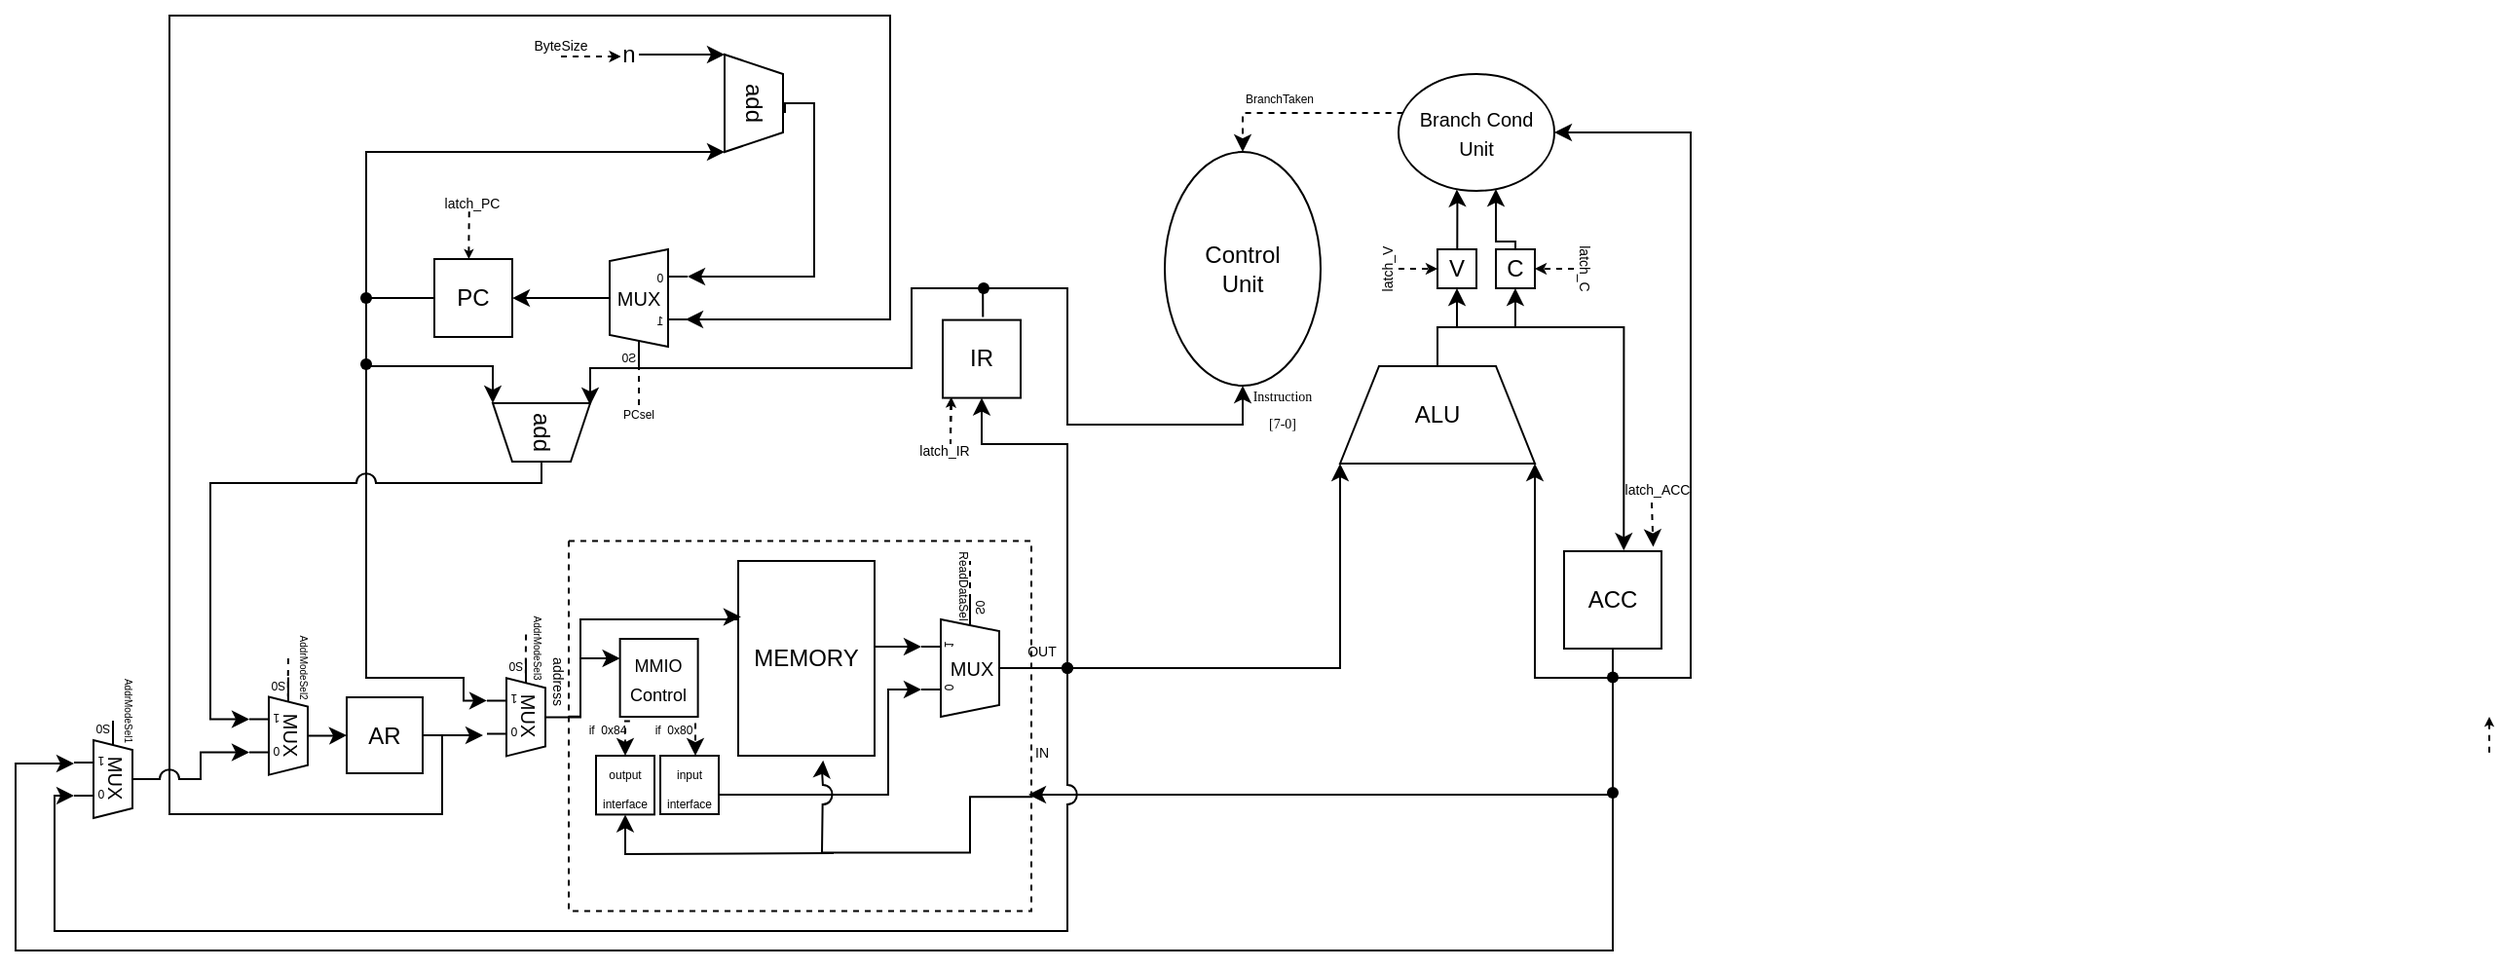
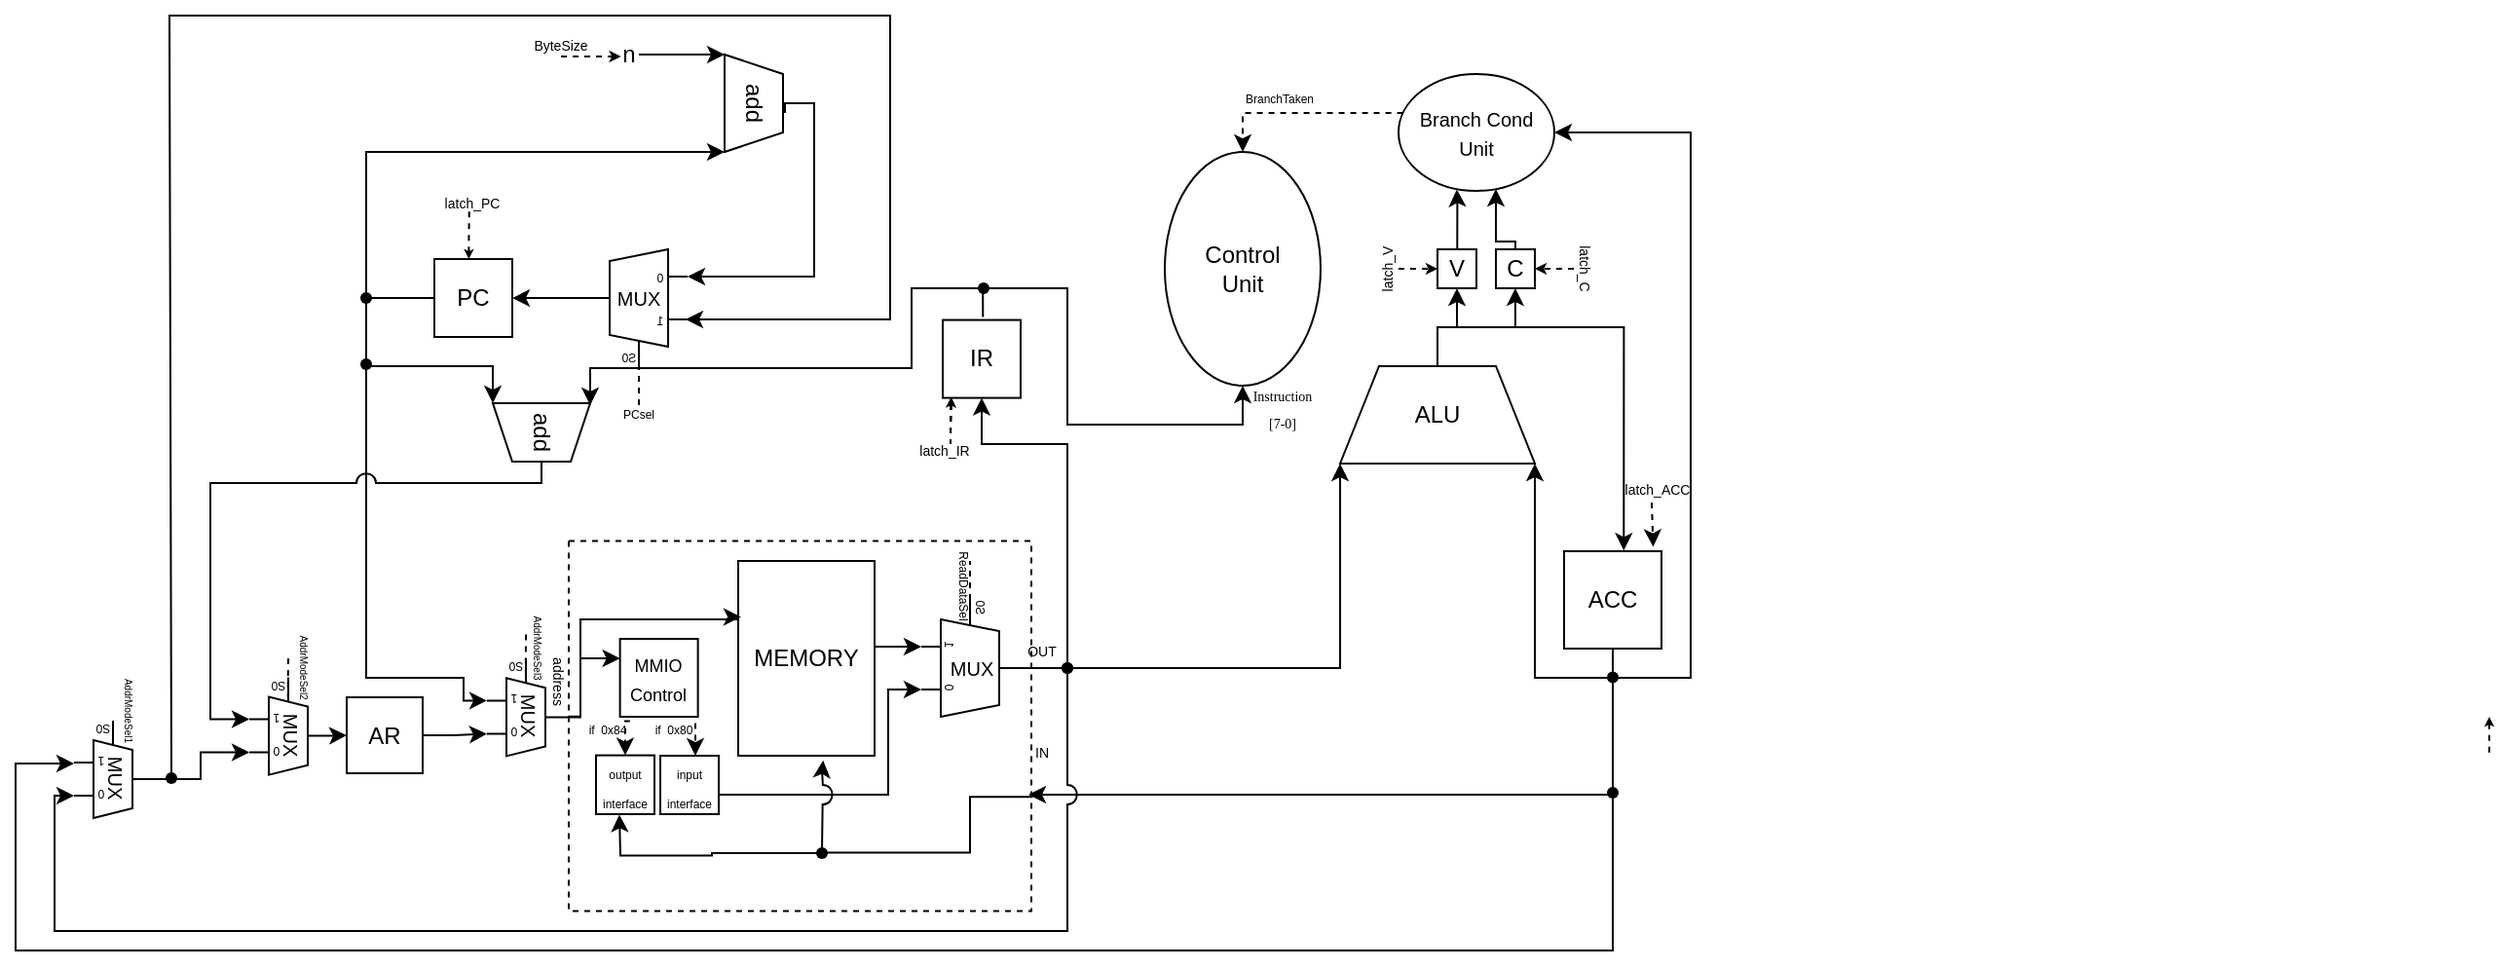
<mxfile host="app.diagrams.net" agent="Mozilla/5.0 (Macintosh; Intel Mac OS X 10_15_7) AppleWebKit/537.36 (KHTML, like Gecko) draw.io/25.0.2 Chrome/128.0.6613.186 Electron/32.2.5 Safari/537.36">
  <diagram name="Страница-1" id="wnhXKOde5BoeU5f0dWve">
-     <mxGraphModel dx="1842" dy="1799" grid="1" gridSize="10" guides="1" tooltips="1" connect="1" arrows="1" fold="1" page="1" pageScale="1" pageWidth="827" pageHeight="1169" background="none" math="0" shadow="0">
+     <mxGraphModel dx="2516" dy="1945" grid="1" gridSize="10" guides="1" tooltips="1" connect="1" arrows="1" fold="1" page="1" pageScale="1" pageWidth="827" pageHeight="1169" background="none" math="0" shadow="0">
      <root>
        <mxCell id="0" />
        <mxCell id="1" parent="0" />
        <mxCell id="9Q1OKLcLTWQE56mGNNbF-35" edge="1" parent="1" source="Zrb4oJ1i3deqvxkRRVgC-4" style="edgeStyle=orthogonalEdgeStyle;rounded=0;orthogonalLoop=1;jettySize=auto;html=1;exitX=0;exitY=0.5;exitDx=0;exitDy=0;entryX=1;entryY=0.51;entryDx=0;entryDy=3;entryPerimeter=0;jumpStyle=arc;jumpSize=10;labelBackgroundColor=none;fontColor=default;" target="cj5OOpuS2-VyntzI9FPn-35">
          <mxGeometry relative="1" as="geometry">
            <Array as="points">
              <mxPoint x="60" y="145" />
              <mxPoint x="60" y="340" />
              <mxPoint x="110" y="340" />
              <mxPoint x="110" y="352" />
            </Array>
            <mxPoint x="60" y="150" as="sourcePoint" />
            <mxPoint x="70" y="290" as="targetPoint" />
          </mxGeometry>
        </mxCell>
        <mxCell id="9Q1OKLcLTWQE56mGNNbF-38" edge="1" parent="1" style="edgeStyle=orthogonalEdgeStyle;rounded=0;orthogonalLoop=1;jettySize=auto;html=1;entryX=1;entryY=1;entryDx=0;entryDy=0;labelBackgroundColor=none;fontColor=default;" target="9Q1OKLcLTWQE56mGNNbF-37">
          <mxGeometry relative="1" as="geometry">
            <Array as="points">
              <mxPoint x="60" y="180" />
              <mxPoint x="125" y="180" />
            </Array>
            <mxPoint x="60" y="190" as="sourcePoint" />
            <mxPoint x="190" y="250" as="targetPoint" />
          </mxGeometry>
        </mxCell>
        <mxCell id="Zrb4oJ1i3deqvxkRRVgC-4" parent="1" style="whiteSpace=wrap;html=1;aspect=fixed;labelBackgroundColor=none;" value="PC" vertex="1">
          <mxGeometry height="40" width="40" x="95" y="125" as="geometry" />
        </mxCell>
        <mxCell id="Zrb4oJ1i3deqvxkRRVgC-16" edge="1" parent="1" source="Zrb4oJ1i3deqvxkRRVgC-11" style="edgeStyle=orthogonalEdgeStyle;rounded=0;orthogonalLoop=1;jettySize=auto;html=1;exitX=0.9;exitY=0.417;exitDx=0;exitDy=0;exitPerimeter=0;labelBackgroundColor=none;fontColor=default;" target="Zrb4oJ1i3deqvxkRRVgC-4" value="">
          <mxGeometry relative="1" as="geometry">
            <Array as="points" />
          </mxGeometry>
        </mxCell>
        <mxCell id="Zrb4oJ1i3deqvxkRRVgC-59" edge="1" parent="1" style="edgeStyle=orthogonalEdgeStyle;rounded=0;orthogonalLoop=1;jettySize=auto;html=1;entryX=1;entryY=1;entryDx=0;entryDy=0;endArrow=classic;endFill=1;startArrow=none;startFill=0;labelBackgroundColor=none;fontColor=default;" target="Zrb4oJ1i3deqvxkRRVgC-58">
          <mxGeometry relative="1" as="geometry">
            <Array as="points">
              <mxPoint x="60" y="70" />
            </Array>
            <mxPoint x="60" y="150" as="sourcePoint" />
            <mxPoint x="225" y="60" as="targetPoint" />
          </mxGeometry>
        </mxCell>
        <mxCell id="Zrb4oJ1i3deqvxkRRVgC-11" parent="1" style="shadow=0;dashed=0;align=center;html=1;strokeWidth=1;shape=mxgraph.electrical.abstract.mux2;whiteSpace=wrap;rotation=-180;verticalAlign=bottom;horizontal=1;direction=east;flipH=0;legacyAnchorPoints=0;flipV=1;labelBackgroundColor=none;strokeColor=default;" value="" vertex="1">
          <mxGeometry height="60" width="50" x="175" y="120" as="geometry" />
        </mxCell>
        <mxCell id="Zrb4oJ1i3deqvxkRRVgC-12" parent="1" style="text;html=1;whiteSpace=wrap;strokeColor=none;fillColor=none;align=center;verticalAlign=middle;rounded=0;labelBackgroundColor=none;" value="&lt;font style=&quot;font-size: 10px;&quot;&gt;MUX&lt;/font&gt;" vertex="1">
          <mxGeometry height="10" width="20" x="190" y="140" as="geometry" />
        </mxCell>
        <mxCell id="Zrb4oJ1i3deqvxkRRVgC-24" edge="1" parent="1" style="edgeStyle=orthogonalEdgeStyle;rounded=0;orthogonalLoop=1;jettySize=auto;html=1;exitX=1;exitY=0.5;exitDx=0;exitDy=0;labelBackgroundColor=none;fontColor=default;">
          <mxGeometry relative="1" as="geometry">
            <mxPoint x="312" y="304.79999999999995" as="sourcePoint" />
            <mxPoint x="312" y="304.6571428571429" as="targetPoint" />
          </mxGeometry>
        </mxCell>
        <mxCell id="Zrb4oJ1i3deqvxkRRVgC-39" edge="1" parent="1" source="Zrb4oJ1i3deqvxkRRVgC-40" style="endArrow=none;dashed=1;html=1;rounded=0;exitX=0.5;exitY=0;exitDx=0;exitDy=0;labelBackgroundColor=none;fontColor=default;" value="">
          <mxGeometry height="50" relative="1" width="50" as="geometry">
            <Array as="points">
              <mxPoint x="200" y="190" />
              <mxPoint x="200" y="180" />
            </Array>
            <mxPoint x="199.8" y="190" as="sourcePoint" />
            <mxPoint x="200" y="170" as="targetPoint" />
          </mxGeometry>
        </mxCell>
        <mxCell id="Zrb4oJ1i3deqvxkRRVgC-40" parent="1" style="text;html=1;whiteSpace=wrap;strokeColor=none;fillColor=none;align=center;verticalAlign=middle;rounded=0;fontSize=7;labelBackgroundColor=none;" value="&lt;font style=&quot;font-size: 6px;&quot;&gt;PCsel&lt;/font&gt;" vertex="1">
          <mxGeometry height="10" width="20" x="190" y="200" as="geometry" />
        </mxCell>
        <mxCell id="Zrb4oJ1i3deqvxkRRVgC-62" edge="1" parent="1" style="edgeStyle=orthogonalEdgeStyle;rounded=0;orthogonalLoop=1;jettySize=auto;html=1;exitX=0.5;exitY=0;exitDx=0;exitDy=0;entryX=0;entryY=0.18333333333333332;entryDx=0;entryDy=3;entryPerimeter=0;labelBackgroundColor=none;fontColor=default;" target="Zrb4oJ1i3deqvxkRRVgC-11">
          <mxGeometry relative="1" as="geometry">
            <Array as="points">
              <mxPoint x="275" y="45" />
              <mxPoint x="290" y="45" />
              <mxPoint x="290" y="134" />
            </Array>
            <mxPoint x="275" y="50" as="sourcePoint" />
            <mxPoint x="270" y="120" as="targetPoint" />
          </mxGeometry>
        </mxCell>
        <mxCell id="Zrb4oJ1i3deqvxkRRVgC-58" parent="1" style="shape=trapezoid;perimeter=trapezoidPerimeter;whiteSpace=wrap;html=1;fixedSize=1;size=10;rotation=90;labelBackgroundColor=none;" value="add" vertex="1">
          <mxGeometry height="30" width="50" x="234" y="30" as="geometry" />
        </mxCell>
        <mxCell id="Zrb4oJ1i3deqvxkRRVgC-60" edge="1" parent="1" style="endArrow=classic;html=1;rounded=0;entryX=0;entryY=1;entryDx=0;entryDy=0;labelBackgroundColor=none;fontColor=default;" target="Zrb4oJ1i3deqvxkRRVgC-58" value="">
          <mxGeometry height="50" relative="1" width="50" as="geometry">
            <Array as="points">
              <mxPoint x="200" y="20" />
            </Array>
            <mxPoint x="200" y="20" as="sourcePoint" />
            <mxPoint x="230" y="10" as="targetPoint" />
          </mxGeometry>
        </mxCell>
        <mxCell id="Zrb4oJ1i3deqvxkRRVgC-61" parent="1" style="text;html=1;whiteSpace=wrap;strokeColor=none;fillColor=none;align=center;verticalAlign=middle;rounded=0;labelBackgroundColor=none;" value="n" vertex="1">
          <mxGeometry height="40" width="60" x="165" as="geometry" />
        </mxCell>
        <mxCell id="B8aBM6o7f-xcJNjSunZ--6" edge="1" parent="1" style="edgeStyle=orthogonalEdgeStyle;rounded=0;orthogonalLoop=1;jettySize=auto;html=1;exitX=0.591;exitY=-0.037;exitDx=0;exitDy=0;exitPerimeter=0;entryX=0;entryY=0.5;entryDx=0;entryDy=0;labelBackgroundColor=none;fontColor=default;" target="B8aBM6o7f-xcJNjSunZ--4">
          <mxGeometry relative="1" as="geometry">
            <Array as="points">
              <mxPoint x="377" y="140" />
              <mxPoint x="420" y="140" />
              <mxPoint x="420" y="210" />
              <mxPoint x="510" y="210" />
            </Array>
            <mxPoint x="376.64" y="154.80999999999972" as="sourcePoint" />
            <mxPoint x="507" y="220" as="targetPoint" />
          </mxGeometry>
        </mxCell>
        <mxCell id="B8aBM6o7f-xcJNjSunZ--7" connectable="0" parent="B8aBM6o7f-xcJNjSunZ--6" style="edgeLabel;html=1;align=center;verticalAlign=middle;resizable=0;points=[];labelBackgroundColor=none;" value="&lt;span style=&quot;font-family: &amp;quot;Times New Roman&amp;quot;; text-align: start; white-space: normal;&quot;&gt;&lt;font style=&quot;font-size: 7px;&quot;&gt;Instruction [7-0]&lt;/font&gt;&lt;/span&gt;" vertex="1">
          <mxGeometry relative="1" x="0.912" y="2" as="geometry">
            <mxPoint x="22" as="offset" />
          </mxGeometry>
        </mxCell>
        <mxCell id="Zrb4oJ1i3deqvxkRRVgC-74" parent="1" style="whiteSpace=wrap;html=1;aspect=fixed;labelBackgroundColor=none;" value="IR" vertex="1">
          <mxGeometry height="40" width="40" x="356" y="156.29000000000002" as="geometry" />
        </mxCell>
        <mxCell id="9Q1OKLcLTWQE56mGNNbF-39" edge="1" parent="1" style="edgeStyle=orthogonalEdgeStyle;rounded=0;orthogonalLoop=1;jettySize=auto;html=1;entryX=0;entryY=1;entryDx=0;entryDy=0;labelBackgroundColor=none;fontColor=default;">
          <mxGeometry relative="1" as="geometry">
            <Array as="points">
              <mxPoint x="340" y="140" />
              <mxPoint x="340" y="181" />
              <mxPoint x="175" y="181" />
            </Array>
            <mxPoint x="390" y="140" as="sourcePoint" />
            <mxPoint x="174.99999999999994" y="200" as="targetPoint" />
          </mxGeometry>
        </mxCell>
        <mxCell id="cj5OOpuS2-VyntzI9FPn-26" edge="1" parent="1" style="jumpStyle=arc;jumpSize=10;edgeStyle=orthogonalEdgeStyle;rounded=0;orthogonalLoop=1;jettySize=auto;html=1;entryX=0;entryY=0.5499999999999999;entryDx=0;entryDy=3;entryPerimeter=0;labelBackgroundColor=none;fontColor=default;">
          <mxGeometry relative="1" as="geometry">
            <Array as="points">
-               <mxPoint x="99" y="410" />
-               <mxPoint x="-41" y="410" />
              <mxPoint x="-41" />
              <mxPoint x="329" />
              <mxPoint x="329" y="156" />
            </Array>
-             <mxPoint x="99" y="370" as="sourcePoint" />
+             <mxPoint x="-40" y="390" as="sourcePoint" />
            <mxPoint x="224" y="156" as="targetPoint" />
          </mxGeometry>
        </mxCell>
        <mxCell id="Zrb4oJ1i3deqvxkRRVgC-80" parent="1" style="whiteSpace=wrap;html=1;aspect=fixed;labelBackgroundColor=none;" value="AR" vertex="1">
          <mxGeometry height="39" width="39" x="50" y="350" as="geometry" />
        </mxCell>
        <mxCell id="Zrb4oJ1i3deqvxkRRVgC-137" edge="1" parent="1" style="edgeStyle=orthogonalEdgeStyle;rounded=0;orthogonalLoop=1;jettySize=auto;html=1;entryX=0;entryY=1;entryDx=0;entryDy=0;labelBackgroundColor=none;fontColor=default;" target="Zrb4oJ1i3deqvxkRRVgC-131">
          <mxGeometry relative="1" as="geometry">
            <Array as="points">
              <mxPoint x="420" y="335" />
              <mxPoint x="560" y="335" />
            </Array>
            <mxPoint x="420" y="330" as="sourcePoint" />
            <mxPoint x="568.5" y="295" as="targetPoint" />
          </mxGeometry>
        </mxCell>
        <mxCell id="Zrb4oJ1i3deqvxkRRVgC-91" edge="1" parent="1" style="endArrow=none;html=1;rounded=0;entryX=1;entryY=1;entryDx=0;entryDy=0;exitX=0;exitY=1;exitDx=0;exitDy=0;labelBackgroundColor=none;fontColor=default;" value="">
          <mxGeometry height="50" relative="1" width="50" as="geometry">
            <Array as="points">
              <mxPoint x="288" y="379.8" />
            </Array>
            <mxPoint x="253" y="379.8" as="sourcePoint" />
            <mxPoint x="313" y="379.8" as="targetPoint" />
          </mxGeometry>
        </mxCell>
        <mxCell id="Zrb4oJ1i3deqvxkRRVgC-103" edge="1" parent="1" source="Zrb4oJ1i3deqvxkRRVgC-100" style="edgeStyle=orthogonalEdgeStyle;rounded=0;orthogonalLoop=1;jettySize=auto;html=1;dashed=1;entryX=0.5;entryY=0;entryDx=0;entryDy=0;exitX=0.128;exitY=1.056;exitDx=0;exitDy=0;exitPerimeter=0;labelBackgroundColor=none;fontColor=default;" target="Zrb4oJ1i3deqvxkRRVgC-102" value="">
          <mxGeometry relative="1" as="geometry">
            <Array as="points" />
            <mxPoint x="149" y="410" as="sourcePoint" />
            <mxPoint x="149" y="470" as="targetPoint" />
          </mxGeometry>
        </mxCell>
        <mxCell id="Zrb4oJ1i3deqvxkRRVgC-104" edge="1" parent="1" source="Zrb4oJ1i3deqvxkRRVgC-100" style="edgeStyle=orthogonalEdgeStyle;rounded=0;orthogonalLoop=1;jettySize=auto;html=1;dashed=1;exitX=0.75;exitY=1;exitDx=0;exitDy=0;labelBackgroundColor=none;fontColor=default;" value="">
          <mxGeometry relative="1" as="geometry">
            <Array as="points" />
            <mxPoint x="209.01" y="420" as="sourcePoint" />
            <mxPoint x="229" y="380" as="targetPoint" />
          </mxGeometry>
        </mxCell>
        <mxCell id="Zrb4oJ1i3deqvxkRRVgC-100" parent="1" style="whiteSpace=wrap;html=1;labelBackgroundColor=none;" value="&lt;font style=&quot;font-size: 9px;&quot;&gt;MMIO&lt;/font&gt;&lt;div&gt;&lt;font style=&quot;font-size: 9px;&quot;&gt;Control&lt;/font&gt;&lt;/div&gt;" vertex="1">
          <mxGeometry height="40" width="40" x="190.31" y="320" as="geometry" />
        </mxCell>
        <mxCell id="Zrb4oJ1i3deqvxkRRVgC-109" parent="1" style="text;html=1;whiteSpace=wrap;strokeColor=none;fillColor=none;align=center;verticalAlign=middle;rounded=0;labelBackgroundColor=none;" value="&lt;font style=&quot;font-size: 6px;&quot;&gt;if&amp;nbsp; 0x80&lt;/font&gt;" vertex="1">
          <mxGeometry height="30" width="60" x="187.5" y="349.8" as="geometry" />
        </mxCell>
        <mxCell id="Zrb4oJ1i3deqvxkRRVgC-112" parent="1" style="text;html=1;whiteSpace=wrap;strokeColor=none;fillColor=none;align=center;verticalAlign=middle;rounded=0;labelBackgroundColor=none;" value="&lt;font style=&quot;font-size: 6px;&quot;&gt;if&amp;nbsp; 0x84&lt;/font&gt;" vertex="1">
          <mxGeometry height="30" width="60" x="154" y="349.8" as="geometry" />
        </mxCell>
        <mxCell id="Zrb4oJ1i3deqvxkRRVgC-114" parent="1" style="shadow=0;dashed=0;align=center;html=1;strokeWidth=1;shape=mxgraph.electrical.abstract.mux2;whiteSpace=wrap;rotation=-90;verticalAlign=bottom;horizontal=1;direction=north;flipH=0;legacyAnchorPoints=0;flipV=1;labelBackgroundColor=none;" value="" vertex="1">
          <mxGeometry height="50" width="60" x="340" y="305" as="geometry" />
        </mxCell>
        <mxCell id="Zrb4oJ1i3deqvxkRRVgC-115" edge="1" parent="1" source="Zrb4oJ1i3deqvxkRRVgC-107" style="jumpStyle=arc;jumpSize=10;edgeStyle=orthogonalEdgeStyle;rounded=0;orthogonalLoop=1;jettySize=auto;html=1;entryX=0;entryY=0.18333333333333332;entryDx=0;entryDy=3;entryPerimeter=0;exitX=1;exitY=0.5;exitDx=0;exitDy=0;labelBackgroundColor=none;fontColor=default;" target="Zrb4oJ1i3deqvxkRRVgC-114">
          <mxGeometry relative="1" as="geometry">
            <Array as="points">
              <mxPoint x="241" y="400" />
              <mxPoint x="328" y="400" />
              <mxPoint x="328" y="346" />
            </Array>
            <mxPoint x="208" y="412" as="sourcePoint" />
            <mxPoint x="343" y="345" as="targetPoint" />
          </mxGeometry>
        </mxCell>
        <mxCell id="Zrb4oJ1i3deqvxkRRVgC-119" edge="1" parent="1" style="endArrow=classic;html=1;rounded=0;entryX=0;entryY=0.5499999999999999;entryDx=0;entryDy=3;entryPerimeter=0;edgeStyle=orthogonalEdgeStyle;labelBackgroundColor=none;fontColor=default;" target="Zrb4oJ1i3deqvxkRRVgC-114" value="">
          <mxGeometry height="50" relative="1" width="50" as="geometry">
            <Array as="points">
              <mxPoint x="317" y="324" />
            </Array>
            <mxPoint x="317" y="324" as="sourcePoint" />
            <mxPoint x="372.83" y="287" as="targetPoint" />
          </mxGeometry>
        </mxCell>
        <mxCell id="Zrb4oJ1i3deqvxkRRVgC-122" edge="1" parent="1" source="Zrb4oJ1i3deqvxkRRVgC-114" style="endArrow=none;dashed=1;html=1;rounded=0;exitX=0.3;exitY=1;exitDx=10;exitDy=0;exitPerimeter=0;labelBackgroundColor=none;fontColor=default;" value="">
          <mxGeometry height="50" relative="1" width="50" as="geometry">
            <Array as="points" />
            <mxPoint x="376" y="307.31" as="sourcePoint" />
            <mxPoint x="370" y="280" as="targetPoint" />
          </mxGeometry>
        </mxCell>
        <mxCell id="Zrb4oJ1i3deqvxkRRVgC-129" parent="1" style="text;html=1;whiteSpace=wrap;strokeColor=none;fillColor=none;align=center;verticalAlign=middle;rounded=0;labelBackgroundColor=none;" value="&lt;font style=&quot;font-size: 10px;&quot;&gt;MUX&lt;/font&gt;" vertex="1">
          <mxGeometry height="10" width="20" x="361" y="330" as="geometry" />
        </mxCell>
        <mxCell id="Zrb4oJ1i3deqvxkRRVgC-144" edge="1" parent="1" source="Zrb4oJ1i3deqvxkRRVgC-131" style="edgeStyle=orthogonalEdgeStyle;rounded=0;orthogonalLoop=1;jettySize=auto;html=1;exitX=0.5;exitY=0;exitDx=0;exitDy=0;entryX=0.613;entryY=-0.007;entryDx=0;entryDy=0;entryPerimeter=0;labelBackgroundColor=none;fontColor=default;" target="Zrb4oJ1i3deqvxkRRVgC-132">
          <mxGeometry relative="1" as="geometry">
            <Array as="points">
              <mxPoint x="610" y="160" />
              <mxPoint x="706" y="160" />
            </Array>
            <mxPoint x="700" y="260" as="targetPoint" />
          </mxGeometry>
        </mxCell>
        <mxCell id="Zrb4oJ1i3deqvxkRRVgC-131" parent="1" style="shape=trapezoid;perimeter=trapezoidPerimeter;whiteSpace=wrap;html=1;fixedSize=1;labelBackgroundColor=none;" value="ALU" vertex="1">
          <mxGeometry height="50" width="100" x="560" y="180" as="geometry" />
        </mxCell>
        <mxCell id="Zrb4oJ1i3deqvxkRRVgC-133" edge="1" parent="1" style="edgeStyle=orthogonalEdgeStyle;rounded=0;orthogonalLoop=1;jettySize=auto;html=1;entryX=1;entryY=1;entryDx=0;entryDy=0;labelBackgroundColor=none;fontColor=default;" target="Zrb4oJ1i3deqvxkRRVgC-131">
          <mxGeometry relative="1" as="geometry">
            <Array as="points">
              <mxPoint x="700" y="340" />
              <mxPoint x="660" y="340" />
            </Array>
            <mxPoint x="700" y="360" as="sourcePoint" />
            <mxPoint x="665" y="230" as="targetPoint" />
          </mxGeometry>
        </mxCell>
        <mxCell id="9Q1OKLcLTWQE56mGNNbF-1" edge="1" parent="1" style="rounded=0;orthogonalLoop=1;jettySize=auto;html=1;edgeStyle=orthogonalEdgeStyle;labelBackgroundColor=none;fontColor=default;">
          <mxGeometry relative="1" as="geometry">
            <Array as="points">
              <mxPoint x="740" y="340" />
              <mxPoint x="740" y="60" />
            </Array>
            <mxPoint x="700" y="340" as="sourcePoint" />
            <mxPoint x="670" y="60" as="targetPoint" />
          </mxGeometry>
        </mxCell>
        <mxCell id="9Q1OKLcLTWQE56mGNNbF-31" edge="1" parent="1" source="Zrb4oJ1i3deqvxkRRVgC-132" style="edgeStyle=orthogonalEdgeStyle;rounded=0;orthogonalLoop=1;jettySize=auto;html=1;exitX=0.5;exitY=1;exitDx=0;exitDy=0;entryX=1;entryY=0.51;entryDx=0;entryDy=3;entryPerimeter=0;labelBackgroundColor=none;fontColor=default;" target="cj5OOpuS2-VyntzI9FPn-41">
          <mxGeometry relative="1" as="geometry">
            <Array as="points">
              <mxPoint x="700" y="480" />
              <mxPoint x="-120" y="480" />
              <mxPoint x="-120" y="384" />
              <mxPoint x="-90" y="384" />
            </Array>
            <mxPoint x="-90" y="380" as="targetPoint" />
          </mxGeometry>
        </mxCell>
        <mxCell id="Zrb4oJ1i3deqvxkRRVgC-132" parent="1" style="rounded=0;whiteSpace=wrap;html=1;labelBackgroundColor=none;" value="ACC" vertex="1">
          <mxGeometry height="50" width="50" x="675" y="275" as="geometry" />
        </mxCell>
        <mxCell id="Zrb4oJ1i3deqvxkRRVgC-147" parent="1" style="rounded=0;whiteSpace=wrap;html=1;labelBackgroundColor=none;" value="V" vertex="1">
          <mxGeometry height="20" width="20" x="610" y="120" as="geometry" />
        </mxCell>
        <mxCell id="Zrb4oJ1i3deqvxkRRVgC-148" parent="1" style="whiteSpace=wrap;html=1;labelBackgroundColor=none;" value="C" vertex="1">
          <mxGeometry height="20" width="20" x="640" y="120" as="geometry" />
        </mxCell>
        <mxCell id="Zrb4oJ1i3deqvxkRRVgC-151" edge="1" parent="1" style="endArrow=classic;html=1;rounded=0;entryX=0.5;entryY=1;entryDx=0;entryDy=0;labelBackgroundColor=none;fontColor=default;" target="Zrb4oJ1i3deqvxkRRVgC-147" value="">
          <mxGeometry height="50" relative="1" width="50" as="geometry">
            <mxPoint x="620" y="160" as="sourcePoint" />
            <mxPoint x="619.89" y="145" as="targetPoint" />
          </mxGeometry>
        </mxCell>
        <mxCell id="Zrb4oJ1i3deqvxkRRVgC-152" edge="1" parent="1" style="endArrow=classic;html=1;rounded=0;entryX=0.5;entryY=1;entryDx=0;entryDy=0;labelBackgroundColor=none;fontColor=default;" value="">
          <mxGeometry height="50" relative="1" width="50" as="geometry">
            <mxPoint x="649.96" y="160" as="sourcePoint" />
            <mxPoint x="649.96" y="140" as="targetPoint" />
          </mxGeometry>
        </mxCell>
        <mxCell id="B8aBM6o7f-xcJNjSunZ--4" parent="1" style="ellipse;whiteSpace=wrap;html=1;rotation=-90;labelBackgroundColor=none;" value="" vertex="1">
          <mxGeometry height="80" width="120" x="450" y="90" as="geometry" />
        </mxCell>
        <mxCell id="B8aBM6o7f-xcJNjSunZ--8" edge="1" parent="1" style="edgeStyle=orthogonalEdgeStyle;rounded=0;orthogonalLoop=1;jettySize=auto;html=1;entryX=0.374;entryY=0.987;entryDx=0;entryDy=0;entryPerimeter=0;labelBackgroundColor=none;fontColor=default;" target="9Q1OKLcLTWQE56mGNNbF-2">
          <mxGeometry relative="1" as="geometry">
            <Array as="points">
              <mxPoint x="620" y="97" />
              <mxPoint x="620" y="97" />
            </Array>
            <mxPoint x="620.15" y="120" as="sourcePoint" />
            <mxPoint x="619.85" y="90" as="targetPoint" />
          </mxGeometry>
        </mxCell>
        <mxCell id="B8aBM6o7f-xcJNjSunZ--9" edge="1" parent="1" source="Zrb4oJ1i3deqvxkRRVgC-148" style="edgeStyle=orthogonalEdgeStyle;rounded=0;orthogonalLoop=1;jettySize=auto;html=1;exitX=0.5;exitY=0;exitDx=0;exitDy=0;labelBackgroundColor=none;fontColor=default;" target="9Q1OKLcLTWQE56mGNNbF-2">
          <mxGeometry relative="1" as="geometry">
            <Array as="points">
              <mxPoint x="650" y="116" />
              <mxPoint x="640" y="116" />
            </Array>
            <mxPoint x="530" y="110" as="targetPoint" />
          </mxGeometry>
        </mxCell>
        <mxCell id="9Q1OKLcLTWQE56mGNNbF-4" edge="1" parent="1" source="9Q1OKLcLTWQE56mGNNbF-2" style="edgeStyle=orthogonalEdgeStyle;rounded=0;orthogonalLoop=1;jettySize=auto;html=1;dashed=1;entryX=1;entryY=0.5;entryDx=0;entryDy=0;labelBackgroundColor=none;fontColor=default;" target="B8aBM6o7f-xcJNjSunZ--4">
          <mxGeometry relative="1" as="geometry">
            <Array as="points">
              <mxPoint x="510" y="50" />
            </Array>
            <mxPoint x="510" y="60" as="targetPoint" />
          </mxGeometry>
        </mxCell>
        <mxCell id="9Q1OKLcLTWQE56mGNNbF-2" parent="1" style="ellipse;whiteSpace=wrap;html=1;labelBackgroundColor=none;" value="&lt;font style=&quot;font-size: 10px;&quot;&gt;Branch Cond Unit&lt;/font&gt;" vertex="1">
          <mxGeometry height="60" width="80" x="590" y="30" as="geometry" />
        </mxCell>
        <mxCell id="9Q1OKLcLTWQE56mGNNbF-3" parent="1" style="text;html=1;whiteSpace=wrap;strokeColor=none;fillColor=none;align=center;verticalAlign=middle;rounded=0;labelBackgroundColor=none;" value="Control Unit" vertex="1">
          <mxGeometry height="30" width="60" x="480" y="115" as="geometry" />
        </mxCell>
        <mxCell id="9Q1OKLcLTWQE56mGNNbF-13" edge="1" parent="1" style="endArrow=none;dashed=1;html=1;rounded=0;startArrow=classic;startFill=1;strokeWidth=1;startSize=2;labelBackgroundColor=none;fontColor=default;" value="">
          <mxGeometry height="50" relative="1" width="50" as="geometry">
            <Array as="points">
              <mxPoint x="1150" y="380" />
            </Array>
            <mxPoint x="1150" y="360" as="sourcePoint" />
            <mxPoint x="1150" y="380" as="targetPoint" />
          </mxGeometry>
        </mxCell>
        <mxCell id="9Q1OKLcLTWQE56mGNNbF-14" parent="1" style="text;html=1;whiteSpace=wrap;strokeColor=none;fillColor=none;align=center;verticalAlign=middle;rounded=0;labelBackgroundColor=none;" value="&lt;font style=&quot;font-size: 7px;&quot;&gt;latch_AСС&lt;/font&gt;&lt;div&gt;&lt;font style=&quot;font-size: 6px;&quot;&gt;&lt;br&gt;&lt;/font&gt;&lt;/div&gt;" vertex="1">
          <mxGeometry height="20" width="60" x="693" y="239.01000000000002" as="geometry" />
        </mxCell>
        <mxCell id="9Q1OKLcLTWQE56mGNNbF-21" parent="1" style="text;html=1;whiteSpace=wrap;strokeColor=none;fillColor=none;align=center;verticalAlign=middle;rounded=0;rotation=-90;labelBackgroundColor=none;" value="&lt;font style=&quot;font-size: 7px;&quot;&gt;latch_V&lt;/font&gt;&lt;div&gt;&lt;font style=&quot;font-size: 6px;&quot;&gt;&lt;br&gt;&lt;/font&gt;&lt;/div&gt;" vertex="1">
          <mxGeometry height="20" width="60" x="560" y="120" as="geometry" />
        </mxCell>
        <mxCell id="9Q1OKLcLTWQE56mGNNbF-24" edge="1" parent="1" style="edgeStyle=none;orthogonalLoop=1;jettySize=auto;html=1;rounded=0;dashed=1;strokeWidth=1;endSize=3;startSize=5;labelBackgroundColor=none;fontColor=default;" value="">
          <mxGeometry relative="1" width="100" as="geometry">
            <Array as="points" />
            <mxPoint x="590" y="130" as="sourcePoint" />
            <mxPoint x="610" y="130" as="targetPoint" />
          </mxGeometry>
        </mxCell>
        <mxCell id="9Q1OKLcLTWQE56mGNNbF-25" parent="1" style="text;html=1;whiteSpace=wrap;strokeColor=none;fillColor=none;align=center;verticalAlign=middle;rounded=0;rotation=90;labelBackgroundColor=none;" value="&lt;font style=&quot;font-size: 7px;&quot;&gt;latch_C&lt;/font&gt;&lt;div&gt;&lt;font style=&quot;font-size: 6px;&quot;&gt;&lt;br&gt;&lt;/font&gt;&lt;/div&gt;" vertex="1">
          <mxGeometry height="20" width="60" x="650" y="120" as="geometry" />
        </mxCell>
        <mxCell id="9Q1OKLcLTWQE56mGNNbF-26" edge="1" parent="1" style="edgeStyle=none;orthogonalLoop=1;jettySize=auto;html=1;rounded=0;dashed=1;strokeWidth=1;endSize=3;startSize=5;labelBackgroundColor=none;fontColor=default;" value="">
          <mxGeometry relative="1" width="100" as="geometry">
            <Array as="points" />
            <mxPoint x="680" y="129.95" as="sourcePoint" />
            <mxPoint x="660" y="129.95" as="targetPoint" />
          </mxGeometry>
        </mxCell>
        <mxCell id="9Q1OKLcLTWQE56mGNNbF-40" edge="1" parent="1" source="9Q1OKLcLTWQE56mGNNbF-37" style="edgeStyle=orthogonalEdgeStyle;rounded=0;orthogonalLoop=1;jettySize=auto;html=1;exitX=0.5;exitY=0;exitDx=0;exitDy=0;entryX=1;entryY=0.51;entryDx=0;entryDy=3;entryPerimeter=0;jumpStyle=arc;jumpSize=10;labelBackgroundColor=none;fontColor=default;" target="9Q1OKLcLTWQE56mGNNbF-42">
          <mxGeometry relative="1" as="geometry">
            <Array as="points">
              <mxPoint x="150" y="240" />
              <mxPoint x="-20" y="240" />
              <mxPoint x="-20" y="361" />
            </Array>
            <mxPoint x="158" y="226.3" as="sourcePoint" />
            <mxPoint x="140" y="300" as="targetPoint" />
          </mxGeometry>
        </mxCell>
        <mxCell id="9Q1OKLcLTWQE56mGNNbF-37" parent="1" style="shape=trapezoid;perimeter=trapezoidPerimeter;whiteSpace=wrap;html=1;fixedSize=1;size=10;rotation=90;direction=south;labelBackgroundColor=none;" value="add" vertex="1">
          <mxGeometry height="50" width="30" x="135" y="189.01" as="geometry" />
        </mxCell>
        <mxCell id="9Q1OKLcLTWQE56mGNNbF-42" parent="1" style="shadow=0;dashed=0;align=center;html=1;strokeWidth=1;shape=mxgraph.electrical.abstract.mux2;operation=demux;whiteSpace=wrap;rotation=-180;labelBackgroundColor=none;" value="" vertex="1">
          <mxGeometry height="50" width="40" y="339.8" as="geometry" />
        </mxCell>
        <mxCell id="9Q1OKLcLTWQE56mGNNbF-61" edge="1" parent="1" source="Zrb4oJ1i3deqvxkRRVgC-114" style="edgeStyle=orthogonalEdgeStyle;rounded=0;orthogonalLoop=1;jettySize=auto;html=1;entryX=0.5;entryY=1;entryDx=0;entryDy=0;exitX=0.974;exitY=0.416;exitDx=0;exitDy=0;exitPerimeter=0;labelBackgroundColor=none;fontColor=default;" target="Zrb4oJ1i3deqvxkRRVgC-74">
          <mxGeometry relative="1" as="geometry">
            <Array as="points">
              <mxPoint x="420" y="335" />
              <mxPoint x="420" y="220" />
              <mxPoint x="376" y="220" />
            </Array>
            <mxPoint x="420" y="267" as="sourcePoint" />
            <mxPoint x="420" y="120" as="targetPoint" />
          </mxGeometry>
        </mxCell>
        <mxCell id="9Q1OKLcLTWQE56mGNNbF-75" parent="1" style="text;html=1;whiteSpace=wrap;strokeColor=none;fillColor=none;align=center;verticalAlign=middle;rounded=0;rotation=90;labelBackgroundColor=none;" value="&lt;font style=&quot;font-size: 10px;&quot;&gt;MUX&lt;/font&gt;" vertex="1">
          <mxGeometry height="5" width="20" x="12" y="367" as="geometry" />
        </mxCell>
        <mxCell id="9Q1OKLcLTWQE56mGNNbF-78" parent="1" style="text;html=1;whiteSpace=wrap;strokeColor=none;fillColor=none;align=center;verticalAlign=middle;rounded=0;rotation=90;labelBackgroundColor=none;" value="&lt;font style=&quot;font-size: 5px;&quot;&gt;AddrModeSel2&lt;/font&gt;" vertex="1">
          <mxGeometry height="30" width="60" y="319.8" as="geometry" />
        </mxCell>
        <mxCell id="2uwPWOG2mdYP9d5gWFO6-3" parent="1" style="text;html=1;whiteSpace=wrap;strokeColor=none;fillColor=none;align=center;verticalAlign=middle;rounded=0;labelBackgroundColor=none;" value="&lt;font style=&quot;font-size: 6px;&quot;&gt;BranchTaken&lt;/font&gt;" vertex="1">
          <mxGeometry height="30" width="60" x="499" y="26" as="geometry" />
        </mxCell>
        <mxCell id="2uwPWOG2mdYP9d5gWFO6-5" edge="1" parent="1" style="edgeStyle=orthogonalEdgeStyle;rounded=0;orthogonalLoop=1;jettySize=auto;html=1;dashed=1;endSize=3;labelBackgroundColor=none;fontColor=default;">
          <mxGeometry relative="1" as="geometry">
            <mxPoint x="160" y="21" as="sourcePoint" />
            <mxPoint x="190.75" y="20.93" as="targetPoint" />
          </mxGeometry>
        </mxCell>
        <mxCell id="2uwPWOG2mdYP9d5gWFO6-4" parent="1" style="text;html=1;whiteSpace=wrap;strokeColor=none;fillColor=none;align=center;verticalAlign=middle;rounded=0;labelBackgroundColor=none;" value="&lt;font style=&quot;font-size: 7px;&quot;&gt;ByteSize&lt;/font&gt;" vertex="1">
          <mxGeometry height="30" width="58" x="130.5" y="-1" as="geometry" />
        </mxCell>
        <mxCell id="cj5OOpuS2-VyntzI9FPn-21" parent="1" style="swimlane;startSize=0;dashed=1;labelBackgroundColor=none;movable=1;resizable=1;rotatable=1;deletable=1;editable=1;locked=0;connectable=1;" value="" vertex="1">
          <mxGeometry height="190" width="237.5" x="164" y="269.8" as="geometry">
            <mxRectangle height="160" width="240" x="162" y="260" as="alternateBounds" />
          </mxGeometry>
        </mxCell>
        <mxCell id="Zrb4oJ1i3deqvxkRRVgC-123" parent="cj5OOpuS2-VyntzI9FPn-21" style="text;html=1;whiteSpace=wrap;strokeColor=none;fillColor=none;align=center;verticalAlign=middle;rounded=0;rotation=90;labelBackgroundColor=none;" value="&lt;font style=&quot;font-size: 6px;&quot;&gt;ReadDataSel&lt;/font&gt;" vertex="1">
          <mxGeometry height="30" width="65" x="172.5" y="7.7" as="geometry" />
        </mxCell>
        <mxCell id="TWa22grkdg0eiYp21B7I-8" edge="1" parent="cj5OOpuS2-VyntzI9FPn-21" source="cj5OOpuS2-VyntzI9FPn-21" style="jumpStyle=arc;jumpSize=10;edgeStyle=orthogonalEdgeStyle;orthogonalLoop=1;jettySize=auto;html=1;rounded=0;entryX=0.623;entryY=1.024;entryDx=0;entryDy=0;entryPerimeter=0;exitX=1.003;exitY=0.691;exitDx=0;exitDy=0;exitPerimeter=0;" target="Zrb4oJ1i3deqvxkRRVgC-19" value="">
          <mxGeometry relative="1" width="100" as="geometry">
            <Array as="points">
              <mxPoint x="206" y="131" />
              <mxPoint x="206" y="160" />
              <mxPoint x="130" y="160" />
              <mxPoint x="130" y="120" />
              <mxPoint x="131" y="120" />
            </Array>
            <mxPoint x="156" y="160.2" as="sourcePoint" />
            <mxPoint x="130" y="170.00000000000017" as="targetPoint" />
          </mxGeometry>
        </mxCell>
        <mxCell id="Zrb4oJ1i3deqvxkRRVgC-19" parent="cj5OOpuS2-VyntzI9FPn-21" style="rounded=0;whiteSpace=wrap;html=1;labelBackgroundColor=none;" value="MEMORY" vertex="1">
          <mxGeometry height="100" width="70" x="87" y="10.199999999999989" as="geometry" />
        </mxCell>
        <mxCell id="Zrb4oJ1i3deqvxkRRVgC-102" parent="cj5OOpuS2-VyntzI9FPn-21" style="whiteSpace=wrap;html=1;labelBackgroundColor=none;" value="&lt;span style=&quot;font-size: 6px;&quot;&gt;output&lt;/span&gt;&lt;br&gt;&lt;div&gt;&lt;font style=&quot;font-size: 6px;&quot;&gt;interface&lt;/font&gt;&lt;/div&gt;" vertex="1">
-           <mxGeometry height="30.2" width="30" x="14" y="110.19999999999999" as="geometry" />
+           <mxGeometry height="30.2" width="30" x="14" y="109.99999999999999" as="geometry" />
        </mxCell>
        <mxCell id="Zrb4oJ1i3deqvxkRRVgC-107" parent="cj5OOpuS2-VyntzI9FPn-21" style="whiteSpace=wrap;html=1;labelBackgroundColor=none;" value="&lt;font style=&quot;font-size: 6px;&quot;&gt;input&lt;/font&gt;&lt;div&gt;&lt;font style=&quot;font-size: 6px;&quot;&gt;interface&lt;/font&gt;&lt;/div&gt;" vertex="1">
          <mxGeometry height="30" width="30" x="47" y="110.19999999999999" as="geometry" />
        </mxCell>
+         <mxCell id="_gOmD5PZQVjIx-GnbIVD-1" edge="1" parent="cj5OOpuS2-VyntzI9FPn-21" source="qKWd9Ovs39m0XumpgC4n-2" style="edgeStyle=orthogonalEdgeStyle;orthogonalLoop=1;jettySize=auto;html=1;rounded=0;entryX=0.5;entryY=1;entryDx=0;entryDy=0;" value="">
+           <mxGeometry relative="1" width="100" as="geometry">
+             <mxPoint x="133" y="160.2" as="sourcePoint" />
+             <mxPoint x="26" y="140.40000000000003" as="targetPoint" />
+           </mxGeometry>
+         </mxCell>
+         <mxCell id="qKWd9Ovs39m0XumpgC4n-2" parent="cj5OOpuS2-VyntzI9FPn-21" style="shape=waypoint;sketch=0;size=6;pointerEvents=1;points=[];fillColor=none;resizable=0;rotatable=0;perimeter=centerPerimeter;snapToPoint=1;labelBackgroundColor=none;" value="" vertex="1">
+           <mxGeometry height="20" width="20" x="120" y="150.2" as="geometry" />
+         </mxCell>
        <mxCell id="cj5OOpuS2-VyntzI9FPn-22" edge="1" parent="1" source="Zrb4oJ1i3deqvxkRRVgC-74" style="endArrow=none;dashed=1;html=1;rounded=0;startArrow=classic;startFill=1;strokeWidth=1;startSize=2;exitX=0.109;exitY=0.995;exitDx=0;exitDy=0;exitPerimeter=0;labelBackgroundColor=none;fontColor=default;" value="">
          <mxGeometry height="50" relative="1" width="50" as="geometry">
            <Array as="points">
              <mxPoint x="360" y="210" />
            </Array>
            <mxPoint x="346" y="215" as="sourcePoint" />
            <mxPoint x="360" y="220" as="targetPoint" />
          </mxGeometry>
        </mxCell>
        <mxCell id="cj5OOpuS2-VyntzI9FPn-23" parent="1" style="text;html=1;whiteSpace=wrap;strokeColor=none;fillColor=none;align=center;verticalAlign=middle;rounded=0;labelBackgroundColor=none;" value="&lt;font style=&quot;font-size: 7px;&quot;&gt;latch_IR&lt;/font&gt;&lt;div&gt;&lt;font style=&quot;font-size: 6px;&quot;&gt;&lt;br&gt;&lt;/font&gt;&lt;/div&gt;" vertex="1">
          <mxGeometry height="20" width="60" x="327" y="219.01000000000002" as="geometry" />
        </mxCell>
        <mxCell id="cj5OOpuS2-VyntzI9FPn-27" edge="1" parent="1" source="9Q1OKLcLTWQE56mGNNbF-42" style="edgeStyle=orthogonalEdgeStyle;rounded=0;orthogonalLoop=1;jettySize=auto;html=1;exitX=0;exitY=0.4;exitDx=0;exitDy=0;exitPerimeter=0;entryX=0;entryY=0.5;entryDx=0;entryDy=0;labelBackgroundColor=none;fontColor=default;" target="Zrb4oJ1i3deqvxkRRVgC-80">
          <mxGeometry relative="1" as="geometry">
            <Array as="points">
              <mxPoint x="40" y="369" />
            </Array>
            <mxPoint x="107" y="348" as="targetPoint" />
          </mxGeometry>
        </mxCell>
-         <mxCell id="cj5OOpuS2-VyntzI9FPn-28" edge="1" parent="1" source="Zrb4oJ1i3deqvxkRRVgC-80" style="edgeStyle=orthogonalEdgeStyle;rounded=0;orthogonalLoop=1;jettySize=auto;html=1;exitX=1;exitY=0.5;exitDx=0;exitDy=0;labelBackgroundColor=none;fontColor=default;">
-           <mxGeometry relative="1" as="geometry">
+         <mxCell id="cj5OOpuS2-VyntzI9FPn-28" edge="1" parent="1" source="Zrb4oJ1i3deqvxkRRVgC-80" style="edgeStyle=orthogonalEdgeStyle;rounded=0;orthogonalLoop=1;jettySize=auto;html=1;exitX=1;exitY=0.5;exitDx=0;exitDy=0;labelBackgroundColor=none;fontColor=default;entryX=1;entryY=0.17;entryDx=0;entryDy=3;entryPerimeter=0;" target="cj5OOpuS2-VyntzI9FPn-35">
+           <mxGeometry relative="1" as="geometry">
+             <Array as="points">
+               <mxPoint x="105" y="370" />
+             </Array>
            <mxPoint x="120" y="370" as="targetPoint" />
          </mxGeometry>
        </mxCell>
        <mxCell id="cj5OOpuS2-VyntzI9FPn-31" edge="1" parent="1" style="edgeStyle=none;orthogonalLoop=1;jettySize=auto;html=1;rounded=0;endArrow=none;endFill=0;dashed=1;strokeWidth=1;labelBackgroundColor=none;fontColor=default;" value="">
          <mxGeometry relative="1" width="100" as="geometry">
            <Array as="points">
              <mxPoint x="19.870000000000005" y="339.8" />
            </Array>
            <mxPoint x="20" y="330" as="sourcePoint" />
            <mxPoint x="19.870000000000005" y="349.8" as="targetPoint" />
          </mxGeometry>
        </mxCell>
        <mxCell id="cj5OOpuS2-VyntzI9FPn-32" edge="1" parent="1" style="jumpStyle=arc;jumpSize=10;endArrow=none;html=1;rounded=0;startArrow=classic;startFill=1;labelBackgroundColor=none;fontColor=default;" value="">
          <mxGeometry height="50" relative="1" width="50" as="geometry">
            <mxPoint x="400" y="400" as="sourcePoint" />
            <mxPoint x="700" y="400" as="targetPoint" />
          </mxGeometry>
        </mxCell>
        <mxCell id="cj5OOpuS2-VyntzI9FPn-34" edge="1" parent="1" style="edgeStyle=none;orthogonalLoop=1;jettySize=auto;html=1;rounded=0;endArrow=none;endFill=0;dashed=1;strokeWidth=1;labelBackgroundColor=none;fontColor=default;" value="">
          <mxGeometry relative="1" width="100" as="geometry">
            <Array as="points">
              <mxPoint x="141.93" y="327.6" />
            </Array>
            <mxPoint x="142.06" y="317.8" as="sourcePoint" />
            <mxPoint x="141.93" y="337.6" as="targetPoint" />
          </mxGeometry>
        </mxCell>
        <mxCell id="cj5OOpuS2-VyntzI9FPn-35" parent="1" style="shadow=0;dashed=0;align=center;html=1;strokeWidth=1;shape=mxgraph.electrical.abstract.mux2;operation=demux;whiteSpace=wrap;rotation=-180;labelBackgroundColor=none;" value="" vertex="1">
          <mxGeometry height="50" width="40" x="122" y="330.2" as="geometry" />
        </mxCell>
        <mxCell id="cj5OOpuS2-VyntzI9FPn-38" parent="1" style="text;html=1;whiteSpace=wrap;strokeColor=none;fillColor=none;align=center;verticalAlign=middle;rounded=0;rotation=90;labelBackgroundColor=none;" value="&lt;font style=&quot;font-size: 10px;&quot;&gt;MUX&lt;/font&gt;" vertex="1">
          <mxGeometry height="5" width="20" x="134" y="357" as="geometry" />
        </mxCell>
        <mxCell id="cj5OOpuS2-VyntzI9FPn-39" edge="1" parent="1" source="cj5OOpuS2-VyntzI9FPn-52" style="jumpStyle=arc;jumpSize=10;endArrow=classic;html=1;rounded=0;edgeStyle=orthogonalEdgeStyle;entryX=1;entryY=0.17;entryDx=0;entryDy=3;entryPerimeter=0;labelBackgroundColor=none;fontColor=default;" target="cj5OOpuS2-VyntzI9FPn-41" value="">
          <mxGeometry height="50" relative="1" width="50" as="geometry">
            <Array as="points">
              <mxPoint x="420" y="470" />
              <mxPoint x="-100" y="470" />
              <mxPoint x="-100" y="400" />
            </Array>
            <mxPoint x="430" y="335" as="sourcePoint" />
            <mxPoint x="-90" y="415" as="targetPoint" />
          </mxGeometry>
        </mxCell>
        <mxCell id="cj5OOpuS2-VyntzI9FPn-41" parent="1" style="shadow=0;dashed=0;align=center;html=1;strokeWidth=1;shape=mxgraph.electrical.abstract.mux2;operation=demux;whiteSpace=wrap;rotation=-180;labelBackgroundColor=none;" value="" vertex="1">
          <mxGeometry height="50" width="40" x="-90" y="362" as="geometry" />
        </mxCell>
        <mxCell id="cj5OOpuS2-VyntzI9FPn-42" edge="1" parent="1" source="cj5OOpuS2-VyntzI9FPn-41" style="jumpStyle=arc;jumpSize=10;edgeStyle=orthogonalEdgeStyle;rounded=0;orthogonalLoop=1;jettySize=auto;html=1;exitX=0;exitY=0.4;exitDx=0;exitDy=0;exitPerimeter=0;entryX=1;entryY=0.17;entryDx=0;entryDy=3;entryPerimeter=0;labelBackgroundColor=none;fontColor=default;" target="9Q1OKLcLTWQE56mGNNbF-42">
          <mxGeometry relative="1" as="geometry" />
        </mxCell>
        <mxCell id="cj5OOpuS2-VyntzI9FPn-44" parent="1" style="text;html=1;whiteSpace=wrap;strokeColor=none;fillColor=none;align=center;verticalAlign=middle;rounded=0;rotation=90;labelBackgroundColor=none;" value="&lt;font style=&quot;font-size: 10px;&quot;&gt;MUX&lt;/font&gt;" vertex="1">
          <mxGeometry height="5" width="20" x="-78" y="389" as="geometry" />
        </mxCell>
        <mxCell id="cj5OOpuS2-VyntzI9FPn-45" parent="1" style="text;html=1;whiteSpace=wrap;strokeColor=none;fillColor=none;align=center;verticalAlign=middle;rounded=0;rotation=90;labelBackgroundColor=none;" value="&lt;font style=&quot;font-size: 5px;&quot;&gt;AddrModeSel1&lt;/font&gt;" vertex="1">
          <mxGeometry height="30" width="60" x="-90" y="342" as="geometry" />
        </mxCell>
        <mxCell id="cj5OOpuS2-VyntzI9FPn-46" edge="1" parent="1" source="cj5OOpuS2-VyntzI9FPn-35" style="edgeStyle=orthogonalEdgeStyle;rounded=0;orthogonalLoop=1;jettySize=auto;html=1;exitX=0;exitY=0.4;exitDx=0;exitDy=0;exitPerimeter=0;entryX=0;entryY=0.25;entryDx=0;entryDy=0;labelBackgroundColor=none;fontColor=default;" target="Zrb4oJ1i3deqvxkRRVgC-100">
          <mxGeometry relative="1" as="geometry">
            <Array as="points">
              <mxPoint x="170" y="360" />
              <mxPoint x="170" y="330" />
            </Array>
          </mxGeometry>
        </mxCell>
        <mxCell id="cj5OOpuS2-VyntzI9FPn-47" parent="1" style="text;html=1;whiteSpace=wrap;strokeColor=none;fillColor=none;align=center;verticalAlign=middle;rounded=0;rotation=90;labelBackgroundColor=none;" value="&lt;font style=&quot;font-size: 7px;&quot;&gt;address&lt;/font&gt;" vertex="1">
          <mxGeometry height="40" width="40" x="140" y="322" as="geometry" />
        </mxCell>
        <mxCell id="cj5OOpuS2-VyntzI9FPn-48" parent="1" style="text;html=1;whiteSpace=wrap;strokeColor=none;fillColor=none;align=center;verticalAlign=middle;rounded=0;labelBackgroundColor=none;" value="&lt;font style=&quot;font-size: 7px;&quot;&gt;IN&lt;/font&gt;" vertex="1">
          <mxGeometry height="30" width="60" x="377" y="362" as="geometry" />
        </mxCell>
        <mxCell id="cj5OOpuS2-VyntzI9FPn-49" parent="1" style="text;html=1;whiteSpace=wrap;strokeColor=none;fillColor=none;align=center;verticalAlign=middle;rounded=0;labelBackgroundColor=none;" value="&lt;font style=&quot;font-size: 7px;&quot;&gt;OUT&lt;/font&gt;" vertex="1">
          <mxGeometry height="30" width="60" x="377" y="310" as="geometry" />
        </mxCell>
        <mxCell id="cj5OOpuS2-VyntzI9FPn-50" parent="1" style="text;html=1;whiteSpace=wrap;strokeColor=none;fillColor=none;align=center;verticalAlign=middle;rounded=0;rotation=90;labelBackgroundColor=none;" value="&lt;font style=&quot;font-size: 5px;&quot;&gt;AddrModeSel3&lt;/font&gt;" vertex="1">
          <mxGeometry height="30" width="60" x="120" y="309.8" as="geometry" />
        </mxCell>
        <mxCell id="cj5OOpuS2-VyntzI9FPn-51" parent="1" style="shape=waypoint;sketch=0;size=6;pointerEvents=1;points=[];fillColor=none;resizable=0;rotatable=0;perimeter=centerPerimeter;snapToPoint=1;labelBackgroundColor=none;" value="" vertex="1">
          <mxGeometry height="20" width="20" x="410" y="325" as="geometry" />
        </mxCell>
        <mxCell id="cj5OOpuS2-VyntzI9FPn-52" parent="1" style="shape=waypoint;sketch=0;size=6;pointerEvents=1;points=[];fillColor=none;resizable=0;rotatable=0;perimeter=centerPerimeter;snapToPoint=1;labelBackgroundColor=none;" value="" vertex="1">
          <mxGeometry height="20" width="20" x="410" y="325" as="geometry" />
        </mxCell>
        <mxCell id="cj5OOpuS2-VyntzI9FPn-53" parent="1" style="shape=waypoint;sketch=0;size=6;pointerEvents=1;points=[];fillColor=none;resizable=0;rotatable=0;perimeter=centerPerimeter;snapToPoint=1;labelBackgroundColor=none;" value="" vertex="1">
          <mxGeometry height="20" width="20" x="690" y="329.8" as="geometry" />
        </mxCell>
        <mxCell id="cj5OOpuS2-VyntzI9FPn-59" parent="1" style="shape=waypoint;sketch=0;size=6;pointerEvents=1;points=[];fillColor=none;resizable=0;rotatable=0;perimeter=centerPerimeter;snapToPoint=1;labelBackgroundColor=none;" value="" vertex="1">
          <mxGeometry height="20" width="20" x="690" y="389" as="geometry" />
        </mxCell>
        <mxCell id="cj5OOpuS2-VyntzI9FPn-60" parent="1" style="shape=waypoint;sketch=0;size=6;pointerEvents=1;points=[];fillColor=none;resizable=0;rotatable=0;perimeter=centerPerimeter;snapToPoint=1;labelBackgroundColor=none;" value="" vertex="1">
          <mxGeometry height="20" width="20" x="50" y="169.01" as="geometry" />
        </mxCell>
        <mxCell id="cj5OOpuS2-VyntzI9FPn-61" parent="1" style="shape=waypoint;sketch=0;size=6;pointerEvents=1;points=[];fillColor=none;resizable=0;rotatable=0;perimeter=centerPerimeter;snapToPoint=1;labelBackgroundColor=none;" value="" vertex="1">
          <mxGeometry height="20" width="20" x="50" y="135" as="geometry" />
        </mxCell>
        <mxCell id="cj5OOpuS2-VyntzI9FPn-62" parent="1" style="shape=waypoint;sketch=0;size=6;pointerEvents=1;points=[];fillColor=none;resizable=0;rotatable=0;perimeter=centerPerimeter;snapToPoint=1;labelBackgroundColor=none;" value="" vertex="1">
          <mxGeometry height="20" width="20" x="367" y="130" as="geometry" />
        </mxCell>
        <mxCell id="2ATMplQkrAq3M-4vdqgH-1" edge="1" parent="1" style="edgeStyle=none;orthogonalLoop=1;jettySize=auto;html=1;rounded=0;entryX=0.915;entryY=-0.045;entryDx=0;entryDy=0;entryPerimeter=0;endArrow=classic;endFill=1;dashed=1;" target="Zrb4oJ1i3deqvxkRRVgC-132" value="">
          <mxGeometry relative="1" width="100" as="geometry">
            <Array as="points" />
            <mxPoint x="720" y="250" as="sourcePoint" />
            <mxPoint x="820" y="270" as="targetPoint" />
          </mxGeometry>
        </mxCell>
        <mxCell id="2ATMplQkrAq3M-4vdqgH-2" parent="1" style="text;html=1;align=center;verticalAlign=middle;resizable=0;points=[];autosize=1;strokeColor=none;fillColor=none;" value="&lt;font style=&quot;font-size: 7px;&quot;&gt;latch_PC&lt;/font&gt;" vertex="1">
          <mxGeometry height="30" width="50" x="89" y="80" as="geometry" />
        </mxCell>
        <mxCell id="2ATMplQkrAq3M-4vdqgH-3" edge="1" parent="1" source="Zrb4oJ1i3deqvxkRRVgC-74" style="endArrow=none;dashed=1;html=1;rounded=0;startArrow=classic;startFill=1;strokeWidth=1;startSize=2;exitX=0.109;exitY=0.995;exitDx=0;exitDy=0;exitPerimeter=0;labelBackgroundColor=none;fontColor=default;" value="">
          <mxGeometry height="50" relative="1" width="50" as="geometry">
            <Array as="points" />
            <mxPoint x="360" y="196" as="sourcePoint" />
            <mxPoint x="360" y="220" as="targetPoint" />
          </mxGeometry>
        </mxCell>
        <mxCell id="2ATMplQkrAq3M-4vdqgH-4" edge="1" parent="1" source="Zrb4oJ1i3deqvxkRRVgC-74" style="endArrow=none;dashed=1;html=1;rounded=0;startArrow=classic;startFill=1;strokeWidth=1;startSize=2;exitX=0.109;exitY=0.995;exitDx=0;exitDy=0;exitPerimeter=0;labelBackgroundColor=none;fontColor=default;" value="">
          <mxGeometry height="50" relative="1" width="50" as="geometry">
            <Array as="points">
              <mxPoint x="360" y="210" />
            </Array>
            <mxPoint x="360" y="196" as="sourcePoint" />
            <mxPoint x="360" y="220" as="targetPoint" />
          </mxGeometry>
        </mxCell>
        <mxCell id="2ATMplQkrAq3M-4vdqgH-5" edge="1" parent="1" style="endArrow=none;dashed=1;html=1;rounded=0;startArrow=classic;startFill=1;strokeWidth=1;startSize=2;exitX=0.109;exitY=0.995;exitDx=0;exitDy=0;exitPerimeter=0;labelBackgroundColor=none;fontColor=default;" value="">
          <mxGeometry height="50" relative="1" width="50" as="geometry">
            <Array as="points">
              <mxPoint x="112.71000000000001" y="115" />
            </Array>
            <mxPoint x="112.71000000000001" y="125" as="sourcePoint" />
            <mxPoint x="112.88999999999992" y="100" as="targetPoint" />
          </mxGeometry>
        </mxCell>
        <mxCell id="TWa22grkdg0eiYp21B7I-1" edge="1" parent="1" source="cj5OOpuS2-VyntzI9FPn-47" style="edgeStyle=orthogonalEdgeStyle;orthogonalLoop=1;jettySize=auto;html=1;rounded=0;exitX=0.947;exitY=0.405;exitDx=0;exitDy=0;exitPerimeter=0;entryX=0.021;entryY=0.287;entryDx=0;entryDy=0;entryPerimeter=0;" target="Zrb4oJ1i3deqvxkRRVgC-19" value="">
          <mxGeometry relative="1" width="100" as="geometry">
            <Array as="points">
              <mxPoint x="170" y="360" />
              <mxPoint x="170" y="310" />
              <mxPoint x="250" y="310" />
              <mxPoint x="250" y="309" />
            </Array>
            <mxPoint x="140" y="300" as="sourcePoint" />
            <mxPoint x="250" y="309" as="targetPoint" />
          </mxGeometry>
        </mxCell>
-         <mxCell id="_gOmD5PZQVjIx-GnbIVD-1" edge="1" parent="1" style="edgeStyle=orthogonalEdgeStyle;orthogonalLoop=1;jettySize=auto;html=1;rounded=0;entryX=0.5;entryY=1;entryDx=0;entryDy=0;" target="Zrb4oJ1i3deqvxkRRVgC-102" value="">
-           <mxGeometry relative="1" width="100" as="geometry">
-             <mxPoint x="300" y="430" as="sourcePoint" />
-             <mxPoint x="310" y="430" as="targetPoint" />
-           </mxGeometry>
+         <mxCell id="qKWd9Ovs39m0XumpgC4n-1" parent="1" style="shape=waypoint;sketch=0;size=6;pointerEvents=1;points=[];fillColor=none;resizable=0;rotatable=0;perimeter=centerPerimeter;snapToPoint=1;labelBackgroundColor=none;" value="" vertex="1">
+           <mxGeometry height="20" width="20" x="-50" y="381.5" as="geometry" />
        </mxCell>
      </root>
    </mxGraphModel>
  </diagram>
</mxfile>
